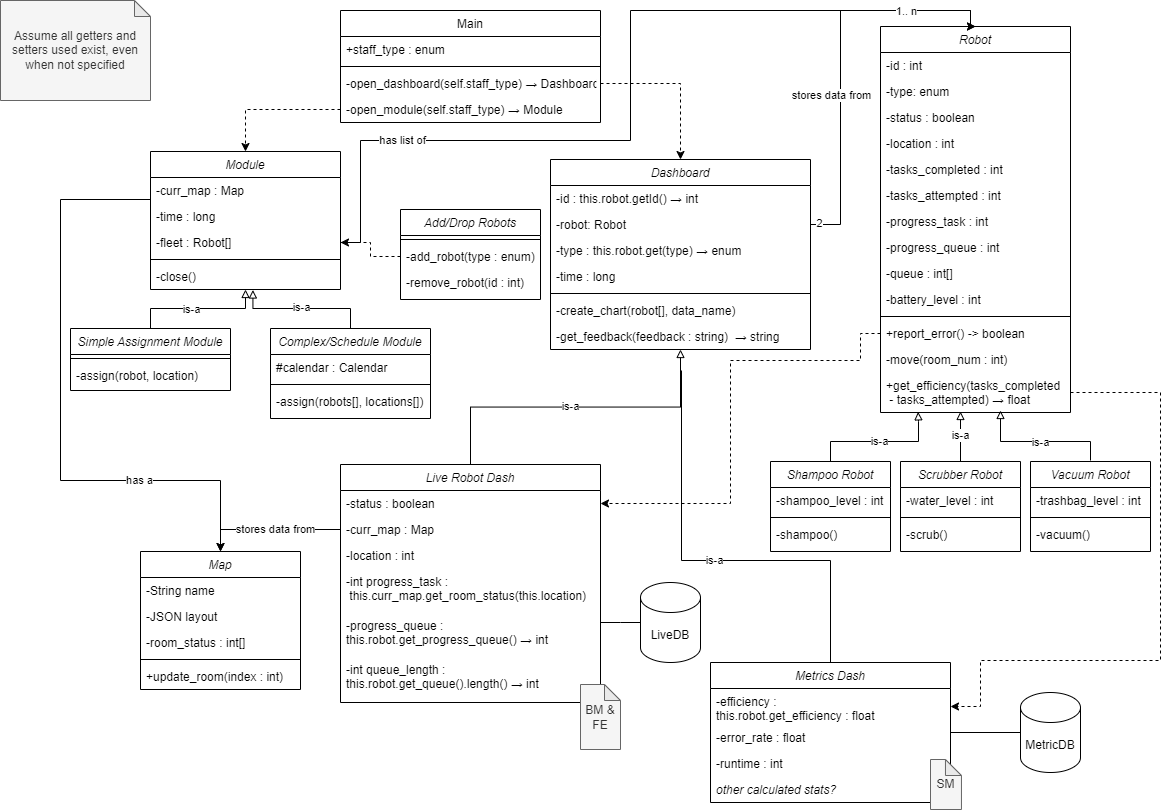
The draw.io diagram docs/design/png_files/ClassDiagram.png in ur-swe-fa24/main-project-snoopy-corp, before a commit. Source tidied: cells renumbered, new cells last; positions are measured from the earlier drawing's top-left corner, leaving out a move shared by most shapes.
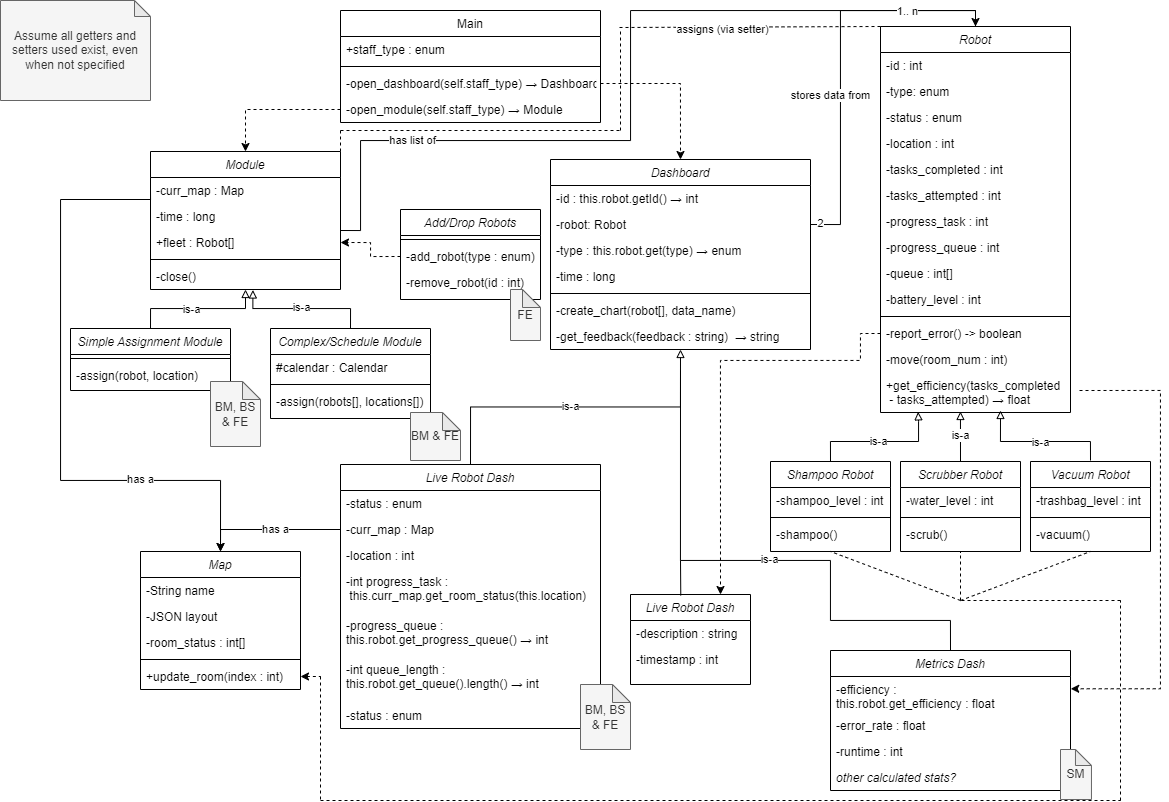
The same file after the commit.

Commit message:
Updated diagram per Dhruv's comments

The edit, as a diff of the source:
```diff
@@ -44,19 +44,10 @@
     <mxCell id="15" value="+update_room(index : int)" style="text;align=left;verticalAlign=top;spacingLeft=4;spacingRight=4;overflow=hidden;points=[[0,0.5],[1,0.5]];portConstraint=eastwest;" parent="10" vertex="1">
       <mxGeometry y="112" width="160" height="26" as="geometry" />
     </mxCell>
-    <mxCell id="16" value="LiveDB" style="shape=cylinder3;whiteSpace=wrap;html=1;boundedLbl=1;backgroundOutline=1;size=15;" parent="1" vertex="1">
-      <mxGeometry x="640" y="582" width="60" height="80" as="geometry" />
-    </mxCell>
-    <mxCell id="17" style="edgeStyle=orthogonalEdgeStyle;rounded=0;jettySize=auto;html=1;exitX=0;exitY=0.5;exitDx=0;exitDy=0;exitPerimeter=0;entryX=1;entryY=0.5;entryDx=0;entryDy=0;endArrow=none;endFill=0;" parent="1" edge="1" source="18" target="26">
-      <mxGeometry relative="1" as="geometry" />
-    </mxCell>
-    <mxCell id="18" value="MetricDB" style="shape=cylinder3;whiteSpace=wrap;html=1;boundedLbl=1;backgroundOutline=1;size=15;" parent="1" vertex="1">
-      <mxGeometry x="1020" y="692" width="60" height="80" as="geometry" />
-    </mxCell>
     <mxCell id="19" value="Live Robot Dash" style="swimlane;fontStyle=2;align=center;verticalAlign=top;horizontal=1;startSize=26;rounded=0;shadow=0;strokeWidth=1;" parent="1" vertex="1">
-      <mxGeometry x="340" y="464" width="260" height="238" as="geometry" />
+      <mxGeometry x="340" y="464" width="260" height="264" as="geometry" />
     </mxCell>
-    <mxCell id="20" value="-status : boolean" style="text;align=left;verticalAlign=top;spacingLeft=4;spacingRight=4;overflow=hidden;points=[[0,0.5],[1,0.5]];portConstraint=eastwest;fontStyle=0;" parent="19" vertex="1">
+    <mxCell id="20" value="-status : enum" style="text;align=left;verticalAlign=top;spacingLeft=4;spacingRight=4;overflow=hidden;points=[[0,0.5],[1,0.5]];portConstraint=eastwest;fontStyle=0;" parent="19" vertex="1">
       <mxGeometry y="26" width="260" height="26" as="geometry" />
     </mxCell>
     <mxCell id="21" value="-curr_map : Map" style="text;align=left;verticalAlign=top;spacingLeft=4;spacingRight=4;overflow=hidden;points=[[0,0.5],[1,0.5]];portConstraint=eastwest;fontStyle=0;" parent="19" vertex="1">
@@ -74,8 +65,11 @@
     <mxCell id="25" value="-int queue_length : &#10;this.robot.get_queue().length() → int" style="text;align=left;verticalAlign=top;spacingLeft=4;spacingRight=4;overflow=hidden;fontStyle=0;" parent="19" vertex="1">
       <mxGeometry y="192" width="260" height="46" as="geometry" />
     </mxCell>
+    <mxCell id="113" value="-status : enum" style="text;align=left;verticalAlign=top;spacingLeft=4;spacingRight=4;overflow=hidden;fontStyle=0;" parent="19" vertex="1">
+      <mxGeometry y="238" width="260" height="26" as="geometry" />
+    </mxCell>
     <mxCell id="26" value="Metrics Dash" style="swimlane;fontStyle=2;align=center;verticalAlign=top;horizontal=1;startSize=26;rounded=0;shadow=0;strokeWidth=1;" parent="1" vertex="1">
-      <mxGeometry x="710" y="662" width="240" height="140" as="geometry" />
+      <mxGeometry x="830" y="650" width="240" height="140" as="geometry" />
     </mxCell>
     <mxCell id="27" value="-efficiency : &#10;this.robot.get_efficiency : float" style="text;align=left;verticalAlign=top;spacingLeft=4;spacingRight=4;overflow=hidden;points=[[0,0.5],[1,0.5]];portConstraint=eastwest;fontStyle=0;" parent="26" vertex="1">
       <mxGeometry y="26" width="240" height="36" as="geometry" />
@@ -98,7 +92,7 @@
     <mxCell id="33" value="-type: enum" style="text;align=left;verticalAlign=top;spacingLeft=4;spacingRight=4;overflow=hidden;rounded=0;shadow=0;html=0;" parent="31" vertex="1">
       <mxGeometry y="52" width="190" height="26" as="geometry" />
     </mxCell>
-    <mxCell id="34" value="-status : boolean" style="text;align=left;verticalAlign=top;spacingLeft=4;spacingRight=4;overflow=hidden;rounded=0;shadow=0;html=0;" parent="31" vertex="1">
+    <mxCell id="34" value="-status : enum" style="text;align=left;verticalAlign=top;spacingLeft=4;spacingRight=4;overflow=hidden;rounded=0;shadow=0;html=0;" parent="31" vertex="1">
       <mxGeometry y="78" width="190" height="26" as="geometry" />
     </mxCell>
     <mxCell id="35" value="-location : int" style="text;align=left;verticalAlign=top;spacingLeft=4;spacingRight=4;overflow=hidden;rounded=0;shadow=0;html=0;" parent="31" vertex="1">
@@ -125,7 +119,7 @@
     <mxCell id="42" style="line;html=1;strokeWidth=1;align=left;verticalAlign=middle;spacingTop=-1;spacingLeft=3;spacingRight=3;labelPosition=right;" parent="31" vertex="1">
       <mxGeometry y="286" width="190" height="8" as="geometry" />
     </mxCell>
-    <mxCell id="43" value="+report_error() -&gt; boolean" style="text;align=left;verticalAlign=top;spacingLeft=4;spacingRight=4;overflow=hidden;points=[[0,0.5],[1,0.5]];portConstraint=eastwest;" parent="31" vertex="1">
+    <mxCell id="43" value="-report_error() -&gt; boolean" style="text;align=left;verticalAlign=top;spacingLeft=4;spacingRight=4;overflow=hidden;points=[[0,0.5],[1,0.5]];portConstraint=eastwest;" parent="31" vertex="1">
       <mxGeometry y="294" width="190" height="26" as="geometry" />
     </mxCell>
     <mxCell id="44" value="-move(room_num : int)" style="text;align=left;verticalAlign=top;spacingLeft=4;spacingRight=4;overflow=hidden;" parent="31" vertex="1">
@@ -134,16 +128,11 @@
     <mxCell id="45" value="+get_efficiency(tasks_completed&#10; - tasks_attempted) → float" style="text;align=left;verticalAlign=top;spacingLeft=4;spacingRight=4;overflow=hidden;points=[[0,0.5],[1,0.5]];portConstraint=eastwest;" parent="31" vertex="1">
       <mxGeometry y="346" width="190" height="40" as="geometry" />
     </mxCell>
-    <mxCell id="46" style="edgeStyle=orthogonalEdgeStyle;rounded=0;jettySize=auto;html=1;endArrow=none;endFill=0;" parent="1" edge="1" source="16">
-      <mxGeometry relative="1" as="geometry">
-        <mxPoint x="600" y="622" as="targetPoint" />
-      </mxGeometry>
-    </mxCell>
     <mxCell id="47" value="SM" style="shape=note;whiteSpace=wrap;html=1;backgroundOutline=1;darkOpacity=0.05;fillColor=#f5f5f5;fontColor=#333333;strokeColor=#666666;size=16;" parent="1" vertex="1">
-      <mxGeometry x="930" y="759" width="31" height="50" as="geometry" />
+      <mxGeometry x="1060" y="749" width="31" height="50" as="geometry" />
     </mxCell>
-    <mxCell id="48" value="BM &amp;amp; FE" style="shape=note;whiteSpace=wrap;html=1;backgroundOutline=1;darkOpacity=0.05;fillColor=#f5f5f5;fontColor=#333333;strokeColor=#666666;size=16;" parent="1" vertex="1">
-      <mxGeometry x="580" y="684" width="40" height="65" as="geometry" />
+    <mxCell id="48" value="BM, BS &amp;amp; FE" style="shape=note;whiteSpace=wrap;html=1;backgroundOutline=1;darkOpacity=0.05;fillColor=#f5f5f5;fontColor=#333333;strokeColor=#666666;size=18;" parent="1" vertex="1">
+      <mxGeometry x="580" y="684" width="50" height="65" as="geometry" />
     </mxCell>
     <mxCell id="49" value="Assume all getters and setters used exist, even when not specified" style="shape=note;whiteSpace=wrap;html=1;backgroundOutline=1;darkOpacity=0.05;fillColor=#f5f5f5;fontColor=#333333;strokeColor=#666666;size=16;" parent="1" vertex="1">
       <mxGeometry width="150" height="100" as="geometry" />
@@ -209,8 +198,10 @@
       <mxGeometry relative="1" as="geometry">
         <mxPoint x="680" y="370" as="targetPoint" />
         <Array as="points">
+          <mxPoint x="950" y="620" />
+          <mxPoint x="830" y="620" />
           <mxPoint x="830" y="560" />
-          <mxPoint x="681" y="560" />
+          <mxPoint x="680" y="560" />
         </Array>
       </mxGeometry>
     </mxCell>
@@ -222,12 +213,12 @@
     <mxCell id="68" style="edgeStyle=orthogonalEdgeStyle;rounded=0;jettySize=auto;html=1;exitX=1;exitY=0.5;exitDx=0;exitDy=0;entryX=0.5;entryY=0;entryDx=0;entryDy=0;dashed=1;endArrow=classic;endFill=1;" parent="1" edge="1" source="5" target="56">
       <mxGeometry relative="1" as="geometry" />
     </mxCell>
-    <mxCell id="69" style="edgeStyle=orthogonalEdgeStyle;rounded=0;jettySize=auto;html=1;exitX=1;exitY=0.5;exitDx=0;exitDy=0;entryX=0.5;entryY=0;entryDx=0;entryDy=0;" parent="1" edge="1" source="58" target="31">
+    <mxCell id="69" style="edgeStyle=orthogonalEdgeStyle;rounded=0;jettySize=auto;html=1;exitX=1;exitY=0.5;exitDx=0;exitDy=0;entryX=0.5;entryY=0;entryDx=0;entryDy=0;endArrow=none;endFill=0;" parent="1" edge="1" source="58" target="31">
       <mxGeometry relative="1" as="geometry">
         <Array as="points">
           <mxPoint x="840" y="224" />
           <mxPoint x="840" y="10" />
-          <mxPoint x="970" y="10" />
+          <mxPoint x="975" y="10" />
         </Array>
       </mxGeometry>
     </mxCell>
@@ -242,7 +233,7 @@
     <mxCell id="72" style="edgeStyle=orthogonalEdgeStyle;rounded=0;jettySize=auto;html=1;exitX=0;exitY=0.5;exitDx=0;exitDy=0;entryX=0.5;entryY=0;entryDx=0;entryDy=0;" parent="1" edge="1" source="21" target="10">
       <mxGeometry relative="1" as="geometry" />
     </mxCell>
-    <mxCell id="73" value="stores data from" style="edgeLabel;html=1;align=center;verticalAlign=middle;" parent="72" vertex="1">
+    <mxCell id="73" value="has a" style="edgeLabel;html=1;align=center;verticalAlign=middle;" parent="72" vertex="1">
       <mxGeometry x="-0.08" y="-1" relative="1" as="geometry" />
     </mxCell>
     <mxCell id="74" value="Module" style="swimlane;fontStyle=2;align=center;verticalAlign=top;horizontal=1;startSize=26;rounded=0;shadow=0;strokeWidth=1;" parent="1" vertex="1">
@@ -254,7 +245,7 @@
     <mxCell id="76" value="-time : long" style="text;align=left;verticalAlign=top;spacingLeft=4;spacingRight=4;overflow=hidden;fontStyle=0;" parent="74" vertex="1">
       <mxGeometry y="52" width="190" height="26" as="geometry" />
     </mxCell>
-    <mxCell id="77" value="-fleet : Robot[]" style="text;align=left;verticalAlign=top;spacingLeft=4;spacingRight=4;overflow=hidden;points=[[0,0.5],[1,0.5]];portConstraint=eastwest;fontStyle=0;" parent="74" vertex="1">
+    <mxCell id="77" value="+fleet : Robot[]" style="text;align=left;verticalAlign=top;spacingLeft=4;spacingRight=4;overflow=hidden;points=[[0,0.5],[1,0.5]];portConstraint=eastwest;fontStyle=0;" parent="74" vertex="1">
       <mxGeometry y="78" width="190" height="26" as="geometry" />
     </mxCell>
     <mxCell id="78" style="line;html=1;strokeWidth=1;align=left;verticalAlign=middle;spacingTop=-1;spacingLeft=3;spacingRight=3;labelPosition=right;" parent="74" vertex="1">
@@ -288,14 +279,15 @@
         <mxPoint y="-2" as="offset" />
       </mxGeometry>
     </mxCell>
-    <mxCell id="85" style="edgeStyle=orthogonalEdgeStyle;rounded=0;jettySize=auto;html=1;exitX=1;exitY=0.5;exitDx=0;exitDy=0;entryX=0.5;entryY=0;entryDx=0;entryDy=0;" parent="1" edge="1" source="77" target="31">
+    <mxCell id="85" style="edgeStyle=orthogonalEdgeStyle;rounded=0;jettySize=auto;html=1;entryX=0.5;entryY=0;entryDx=0;entryDy=0;" parent="1" edge="1" target="31">
       <mxGeometry relative="1" as="geometry">
+        <mxPoint x="340" y="230" as="sourcePoint" />
         <Array as="points">
-          <mxPoint x="360" y="242" />
+          <mxPoint x="360" y="230" />
           <mxPoint x="360" y="140" />
           <mxPoint x="630" y="140" />
           <mxPoint x="630" y="10" />
-          <mxPoint x="970" y="10" />
+          <mxPoint x="975" y="10" />
         </Array>
       </mxGeometry>
     </mxCell>
@@ -382,23 +374,21 @@
         </Array>
       </mxGeometry>
     </mxCell>
-    <mxCell id="106" style="edgeStyle=orthogonalEdgeStyle;rounded=0;jettySize=auto;html=1;entryX=1;entryY=0.5;entryDx=0;entryDy=0;dashed=1;startArrow=none;startFill=0;endArrow=classic;endFill=1;exitX=0;exitY=0.5;exitDx=0;exitDy=0;" parent="1" edge="1" source="43" target="20">
+    <mxCell id="106" style="edgeStyle=orthogonalEdgeStyle;rounded=0;jettySize=auto;html=1;entryX=0.75;entryY=0;entryDx=0;entryDy=0;dashed=1;startArrow=none;startFill=0;endArrow=classic;endFill=1;exitX=0;exitY=0.5;exitDx=0;exitDy=0;" parent="1" edge="1" source="43" target="124">
       <mxGeometry relative="1" as="geometry">
         <Array as="points">
           <mxPoint x="860" y="333" />
           <mxPoint x="860" y="360" />
-          <mxPoint x="730" y="360" />
-          <mxPoint x="730" y="503" />
+          <mxPoint x="720" y="360" />
         </Array>
       </mxGeometry>
     </mxCell>
-    <mxCell id="107" style="edgeStyle=orthogonalEdgeStyle;rounded=0;jettySize=auto;html=1;exitX=1;exitY=0.5;exitDx=0;exitDy=0;entryX=1;entryY=0.5;entryDx=0;entryDy=0;dashed=1;" parent="1" edge="1" source="45" target="27">
+    <mxCell id="107" style="edgeStyle=orthogonalEdgeStyle;rounded=0;jettySize=auto;html=1;exitX=1;exitY=0.5;exitDx=0;exitDy=0;dashed=1;entryX=1.001;entryY=0.341;entryDx=0;entryDy=0;entryPerimeter=0;" parent="1" edge="1" target="27">
       <mxGeometry relative="1" as="geometry">
+        <mxPoint x="1079" y="390" as="sourcePoint" />
         <Array as="points">
-          <mxPoint x="1160" y="392" />
-          <mxPoint x="1160" y="660" />
-          <mxPoint x="980" y="660" />
-          <mxPoint x="980" y="706" />
+          <mxPoint x="1160" y="390" />
+          <mxPoint x="1160" y="688" />
         </Array>
       </mxGeometry>
     </mxCell>
@@ -417,5 +407,97 @@
     <mxCell id="112" style="edgeStyle=orthogonalEdgeStyle;rounded=0;jettySize=auto;html=1;exitX=0;exitY=0.5;exitDx=0;exitDy=0;entryX=1;entryY=0.5;entryDx=0;entryDy=0;dashed=1;" parent="1" edge="1" source="110" target="77">
       <mxGeometry relative="1" as="geometry" />
     </mxCell>
+    <mxCell id="114" value="BM &amp;amp; FE" style="shape=note;whiteSpace=wrap;html=1;backgroundOutline=1;darkOpacity=0.05;fillColor=#f5f5f5;fontColor=#333333;strokeColor=#666666;size=18;" parent="1" vertex="1">
+      <mxGeometry x="410" y="412" width="50" height="48" as="geometry" />
+    </mxCell>
+    <mxCell id="115" value="BM, BS &amp;amp; FE" style="shape=note;whiteSpace=wrap;html=1;backgroundOutline=1;darkOpacity=0.05;fillColor=#f5f5f5;fontColor=#333333;strokeColor=#666666;size=18;" parent="1" vertex="1">
+      <mxGeometry x="210" y="381" width="50" height="65" as="geometry" />
+    </mxCell>
+    <mxCell id="116" style="endArrow=none;html=1;rounded=0;entryX=0.5;entryY=1;entryDx=0;entryDy=0;dashed=1;" parent="1" edge="1" target="101">
+      <mxGeometry relative="1" as="geometry">
+        <mxPoint x="960" y="600" as="sourcePoint" />
+      </mxGeometry>
+    </mxCell>
+    <mxCell id="117" style="endArrow=none;html=1;rounded=0;entryX=0.5;entryY=1;entryDx=0;entryDy=0;dashed=1;" parent="1" edge="1" target="95">
+      <mxGeometry relative="1" as="geometry">
+        <mxPoint x="960" y="600" as="sourcePoint" />
+      </mxGeometry>
+    </mxCell>
+    <mxCell id="118" style="endArrow=none;html=1;rounded=0;entryX=0.5;entryY=1;entryDx=0;entryDy=0;dashed=1;" parent="1" edge="1" target="52">
+      <mxGeometry relative="1" as="geometry">
+        <mxPoint x="960" y="600" as="sourcePoint" />
+      </mxGeometry>
+    </mxCell>
+    <mxCell id="119" style="endArrow=none;html=1;rounded=0;dashed=1;" parent="1" edge="1">
+      <mxGeometry relative="1" as="geometry">
+        <mxPoint x="1120" y="600" as="sourcePoint" />
+        <mxPoint x="960" y="600" as="targetPoint" />
+      </mxGeometry>
+    </mxCell>
+    <mxCell id="120" style="endArrow=none;html=1;rounded=0;dashed=1;" parent="1" edge="1">
+      <mxGeometry relative="1" as="geometry">
+        <mxPoint x="1120" y="800" as="sourcePoint" />
+        <mxPoint x="1120" y="600" as="targetPoint" />
+      </mxGeometry>
+    </mxCell>
+    <mxCell id="121" style="endArrow=none;html=1;rounded=0;dashed=1;" parent="1" edge="1">
+      <mxGeometry relative="1" as="geometry">
+        <mxPoint x="320" y="800" as="sourcePoint" />
+        <mxPoint x="1120" y="800" as="targetPoint" />
+      </mxGeometry>
+    </mxCell>
+    <mxCell id="122" style="endArrow=none;dashed=1;html=1;rounded=0;" parent="1" edge="1">
+      <mxGeometry relative="1" as="geometry">
+        <mxPoint x="320" y="676" as="sourcePoint" />
+        <mxPoint x="320" y="800" as="targetPoint" />
+      </mxGeometry>
+    </mxCell>
+    <mxCell id="123" style="endArrow=none;dashed=1;html=1;rounded=0;exitX=1;exitY=0.5;exitDx=0;exitDy=0;startArrow=classic;startFill=1;" parent="1" edge="1" source="15">
+      <mxGeometry relative="1" as="geometry">
+        <mxPoint x="320" y="676" as="targetPoint" />
+      </mxGeometry>
+    </mxCell>
+    <mxCell id="124" value="Live Robot Dash" style="swimlane;fontStyle=2;align=center;verticalAlign=top;horizontal=1;startSize=26;rounded=0;shadow=0;strokeWidth=1;" parent="1" vertex="1">
+      <mxGeometry x="630" y="594" width="120" height="90" as="geometry" />
+    </mxCell>
+    <mxCell id="125" value="-description : string" style="text;align=left;verticalAlign=top;spacingLeft=4;spacingRight=4;overflow=hidden;fontStyle=0;" parent="124" vertex="1">
+      <mxGeometry y="26" width="120" height="26" as="geometry" />
+    </mxCell>
+    <mxCell id="126" value="-timestamp : int" style="text;align=left;verticalAlign=top;spacingLeft=4;spacingRight=4;overflow=hidden;fontStyle=0;" parent="124" vertex="1">
+      <mxGeometry y="52" width="120" height="26" as="geometry" />
+    </mxCell>
+    <mxCell id="127" style="endArrow=none;html=1;rounded=0;exitX=0.419;exitY=0.011;exitDx=0;exitDy=0;exitPerimeter=0;" parent="1" edge="1" source="124">
+      <mxGeometry relative="1" as="geometry">
+        <mxPoint x="680" y="560" as="targetPoint" />
+      </mxGeometry>
+    </mxCell>
+    <mxCell id="128" value="&lt;div&gt;&lt;span style=&quot;background-color: initial;&quot;&gt;FE&lt;/span&gt;&lt;br&gt;&lt;/div&gt;" style="shape=note;whiteSpace=wrap;html=1;backgroundOutline=1;darkOpacity=0.05;fillColor=#f5f5f5;fontColor=#333333;strokeColor=#666666;size=18;" parent="1" vertex="1">
+      <mxGeometry x="510" y="289" width="30" height="51" as="geometry" />
+    </mxCell>
+    <mxCell id="129" style="endArrow=none;html=1;rounded=0;exitX=1;exitY=0;exitDx=0;exitDy=0;dashed=1;" parent="1" edge="1" source="74">
+      <mxGeometry relative="1" as="geometry">
+        <mxPoint x="340" y="130" as="targetPoint" />
+      </mxGeometry>
+    </mxCell>
+    <mxCell id="130" style="endArrow=none;html=1;rounded=0;dashed=1;" parent="1" edge="1">
+      <mxGeometry relative="1" as="geometry">
+        <mxPoint x="340" y="130" as="sourcePoint" />
+        <mxPoint x="620" y="130" as="targetPoint" />
+      </mxGeometry>
+    </mxCell>
+    <mxCell id="131" style="endArrow=none;dashed=1;html=1;rounded=0;" parent="1" edge="1">
+      <mxGeometry relative="1" as="geometry">
+        <mxPoint x="620" y="130" as="sourcePoint" />
+        <mxPoint x="620" y="30" as="targetPoint" />
+      </mxGeometry>
+    </mxCell>
+    <mxCell id="132" style="endArrow=none;dashed=1;html=1;rounded=0;entryX=0;entryY=0;entryDx=0;entryDy=0;" parent="1" edge="1" target="31">
+      <mxGeometry relative="1" as="geometry">
+        <mxPoint x="619" y="27" as="sourcePoint" />
+      </mxGeometry>
+    </mxCell>
+    <mxCell id="133" value="assigns (via setter)" style="edgeLabel;html=1;align=center;verticalAlign=middle;" parent="132" vertex="1">
+      <mxGeometry x="-0.22" y="-2" relative="1" as="geometry" />
+    </mxCell>
   </root>
 </mxGraphModel>
```
